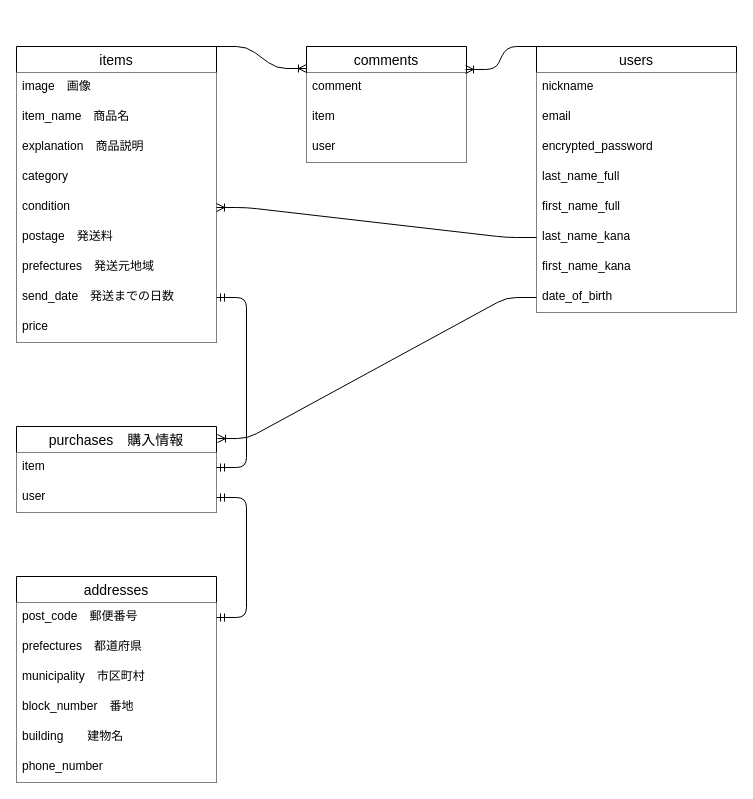
Before: furima.dio in taigaggg/furima-38351, a draw.io diagram. Source tidied: cells renumbered, new cells numbered last; positions are measured from the earlier drawing's top-left corner, leaving out a move shared by most shapes. Both pictures are drawn from the tidied source at 100%, with x=0, y=0 at pixel (16, 46).
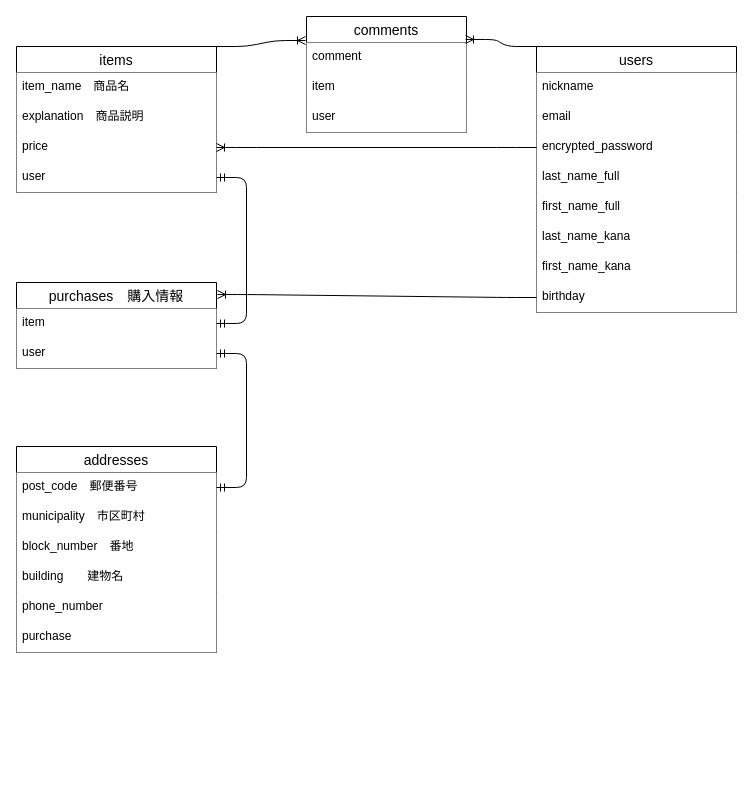
After the change.

Commit message (it also covers changes not shown here):
DB設計の修正2

Unchanged cells that the change refers to:
```xml
<mxCell id="2" value="users" style="swimlane;fontStyle=0;horizontal=1;startSize=26;align=center;fontSize=14;" parent="1" vertex="1">
  <mxGeometry x="520" width="200" height="266" as="geometry" />
</mxCell>
<mxCell id="5" value="encrypted_password" style="text;strokeColor=none;fillColor=default;spacingLeft=4;spacingRight=4;overflow=hidden;points=[[0,0.5],[1,0.5]];portConstraint=eastwest;fontSize=12;" parent="2" vertex="1">
  <mxGeometry y="86" width="200" height="30" as="geometry" />
</mxCell>
<mxCell id="8" value="last_name_kana" style="text;strokeColor=none;fillColor=default;spacingLeft=4;spacingRight=4;overflow=hidden;points=[[0,0.5],[1,0.5]];portConstraint=eastwest;fontSize=12;" parent="2" vertex="1">
  <mxGeometry y="176" width="200" height="30" as="geometry" />
</mxCell>
<mxCell id="22" value="item" style="text;strokeColor=none;fillColor=default;spacingLeft=4;spacingRight=4;overflow=hidden;points=[[0,0.5],[1,0.5]];portConstraint=eastwest;fontSize=12;" parent="21" vertex="1">
  <mxGeometry y="26" width="200" height="30" as="geometry" />
</mxCell>
<mxCell id="32" value="comment" style="text;strokeColor=none;fillColor=default;spacingLeft=4;spacingRight=4;overflow=hidden;points=[[0,0.5],[1,0.5]];portConstraint=eastwest;fontSize=12;" parent="31" vertex="1">
  <mxGeometry y="26" width="160" height="30" as="geometry" />
</mxCell>
```

Change to the diagram source:
```diff
@@
-    <mxCell id="10" value="date_of_birth" style="text;strokeColor=none;fillColor=default;spacingLeft=4;spacingRight=4;overflow=hidden;points=[[0,0.5],[1,0.5]];portConstraint=eastwest;fontSize=12;" parent="2" vertex="1">
+    <mxCell id="10" value="birthday" style="text;strokeColor=none;fillColor=default;spacingLeft=4;spacingRight=4;overflow=hidden;points=[[0,0.5],[1,0.5]];portConstraint=eastwest;fontSize=12;" parent="2" vertex="1">
       <mxGeometry y="236" width="200" height="30" as="geometry" />
     </mxCell>
     <mxCell id="11" value="items" style="swimlane;fontStyle=0;horizontal=1;startSize=26;align=center;fontSize=14;fillColor=default;" parent="1" vertex="1">
-      <mxGeometry width="200" height="296" as="geometry" />
+      <mxGeometry width="200" height="146" as="geometry" />
     </mxCell>
-    <mxCell id="12" value="image　画像" style="text;strokeColor=none;fillColor=default;spacingLeft=4;spacingRight=4;overflow=hidden;fontSize=12;" parent="11" vertex="1">
-      <mxGeometry y="26" width="200" height="30" as="geometry" />
-    </mxCell>
     <mxCell id="13" value="item_name　商品名" style="text;strokeColor=none;fillColor=default;spacingLeft=4;spacingRight=4;overflow=hidden;fontSize=12;" parent="11" vertex="1">
-      <mxGeometry y="56" width="200" height="30" as="geometry" />
+      <mxGeometry y="26" width="200" height="30" as="geometry" />
     </mxCell>
     <mxCell id="14" value="explanation　商品説明" style="text;strokeColor=none;fillColor=default;spacingLeft=4;spacingRight=4;overflow=hidden;fontSize=12;" parent="11" vertex="1">
-      <mxGeometry y="86" width="200" height="30" as="geometry" />
+      <mxGeometry y="56" width="200" height="30" as="geometry" />
     </mxCell>
-    <mxCell id="15" value="category" style="text;strokeColor=none;fillColor=default;spacingLeft=4;spacingRight=4;overflow=hidden;fontSize=12;" parent="11" vertex="1">
-      <mxGeometry y="116" width="200" height="30" as="geometry" />
-    </mxCell>
-    <mxCell id="16" value="condition" style="text;strokeColor=none;fillColor=default;spacingLeft=4;spacingRight=4;overflow=hidden;points=[[0,0.5],[1,0.5]];portConstraint=eastwest;fontSize=12;" parent="11" vertex="1">
-      <mxGeometry y="146" width="200" height="30" as="geometry" />
-    </mxCell>
-    <mxCell id="17" value="postage　発送料" style="text;strokeColor=none;fillColor=default;spacingLeft=4;spacingRight=4;overflow=hidden;fontSize=12;" parent="11" vertex="1">
-      <mxGeometry y="176" width="200" height="30" as="geometry" />
-    </mxCell>
-    <mxCell id="18" value="prefectures　発送元地域" style="text;strokeColor=none;fillColor=default;spacingLeft=4;spacingRight=4;overflow=hidden;fontSize=12;" parent="11" vertex="1">
-      <mxGeometry y="206" width="200" height="30" as="geometry" />
-    </mxCell>
-    <mxCell id="19" value="send_date　発送までの日数" style="text;strokeColor=none;fillColor=default;spacingLeft=4;spacingRight=4;overflow=hidden;points=[[0,0.5],[1,0.5]];portConstraint=eastwest;fontSize=12;" parent="11" vertex="1">
-      <mxGeometry y="236" width="200" height="30" as="geometry" />
-    </mxCell>
     <mxCell id="20" value="price" style="text;strokeColor=none;fillColor=default;spacingLeft=4;spacingRight=4;overflow=hidden;points=[[0,0.5],[1,0.5]];portConstraint=eastwest;fontSize=12;" parent="11" vertex="1">
-      <mxGeometry y="266" width="200" height="30" as="geometry" />
+      <mxGeometry y="86" width="200" height="30" as="geometry" />
     </mxCell>
+    <mxCell id="41" value="user" style="text;strokeColor=none;fillColor=default;spacingLeft=4;spacingRight=4;overflow=hidden;points=[[0,0.5],[1,0.5]];portConstraint=eastwest;fontSize=12;" parent="11" vertex="1">
+      <mxGeometry y="116" width="200" height="30" as="geometry" />
+    </mxCell>
     <mxCell id="21" value="purchases　購入情報" style="swimlane;fontStyle=0;horizontal=1;startSize=26;align=center;fontSize=14;" parent="1" vertex="1">
-      <mxGeometry y="380" width="200" height="86" as="geometry" />
+      <mxGeometry y="236" width="200" height="86" as="geometry" />
     </mxCell>
@@
     <mxCell id="24" value="addresses" style="swimlane;fontStyle=0;horizontal=1;startSize=26;align=center;fontSize=14;" parent="1" vertex="1">
-      <mxGeometry y="530" width="200" height="206" as="geometry" />
+      <mxGeometry y="400" width="200" height="206" as="geometry" />
     </mxCell>
@@
-    <mxCell id="26" value="prefectures　都道府県" style="text;strokeColor=none;fillColor=default;spacingLeft=4;spacingRight=4;overflow=hidden;fontSize=12;" parent="24" vertex="1">
-      <mxGeometry y="56" width="200" height="30" as="geometry" />
-    </mxCell>
     <mxCell id="27" value="municipality　市区町村" style="text;strokeColor=none;fillColor=default;spacingLeft=4;spacingRight=4;overflow=hidden;fontSize=12;" parent="24" vertex="1">
-      <mxGeometry y="86" width="200" height="30" as="geometry" />
+      <mxGeometry y="56" width="200" height="30" as="geometry" />
     </mxCell>
     <mxCell id="28" value="block_number　番地" style="text;strokeColor=none;fillColor=default;spacingLeft=4;spacingRight=4;overflow=hidden;fontSize=12;" parent="24" vertex="1">
-      <mxGeometry y="116" width="200" height="30" as="geometry" />
+      <mxGeometry y="86" width="200" height="30" as="geometry" />
     </mxCell>
     <mxCell id="29" value="building　　建物名" style="text;strokeColor=none;fillColor=default;spacingLeft=4;spacingRight=4;overflow=hidden;fontSize=12;" parent="24" vertex="1">
-      <mxGeometry y="146" width="200" height="30" as="geometry" />
+      <mxGeometry y="116" width="200" height="30" as="geometry" />
     </mxCell>
     <mxCell id="30" value="phone_number" style="text;strokeColor=none;fillColor=default;spacingLeft=4;spacingRight=4;overflow=hidden;fontSize=12;" parent="24" vertex="1">
-      <mxGeometry y="176" width="200" height="30" as="geometry" />
+      <mxGeometry y="146" width="200" height="30" as="geometry" />
     </mxCell>
+    <mxCell id="42" value="purchase" style="text;strokeColor=none;fillColor=default;spacingLeft=4;spacingRight=4;overflow=hidden;fontSize=12;" parent="24" vertex="1">
+      <mxGeometry y="176" width="200" height="30" as="geometry" />
+    </mxCell>
     <mxCell id="31" value="comments" style="swimlane;fontStyle=0;horizontal=1;startSize=26;align=center;fontSize=14;" parent="1" vertex="1">
-      <mxGeometry x="290" width="160" height="116" as="geometry" />
+      <mxGeometry x="290" y="-30" width="160" height="116" as="geometry" />
     </mxCell>
@@
-    <mxCell id="35" style="edgeStyle=entityRelationEdgeStyle;fontSize=12;html=1;endArrow=ERoneToMany;exitX=1;exitY=0;exitDx=0;exitDy=0;" parent="1" edge="1" source="11">
-      <mxGeometry relative="1" as="geometry">
-        <mxPoint x="290" y="22" as="targetPoint" />
-      </mxGeometry>
+    <mxCell id="35" style="edgeStyle=entityRelationEdgeStyle;fontSize=12;html=1;endArrow=ERoneToMany;exitX=1;exitY=0;exitDx=0;exitDy=0;entryX=-0.006;entryY=-0.067;entryDx=0;entryDy=0;entryPerimeter=0;" parent="1" edge="1" source="11" target="32">
+      <mxGeometry relative="1" as="geometry" />
     </mxCell>
@@
-    <mxCell id="38" style="edgeStyle=entityRelationEdgeStyle;fontSize=12;html=1;endArrow=ERoneToMany;entryX=1;entryY=0.5;entryDx=0;entryDy=0;exitX=0;exitY=0.5;exitDx=0;exitDy=0;" parent="1" edge="1" source="8" target="16">
+    <mxCell id="38" style="edgeStyle=entityRelationEdgeStyle;fontSize=12;html=1;endArrow=ERoneToMany;entryX=1;entryY=0.5;entryDx=0;entryDy=0;exitX=0;exitY=0.5;exitDx=0;exitDy=0;" parent="1" edge="1" source="5" target="20">
       <mxGeometry relative="1" as="geometry" />
     </mxCell>
-    <mxCell id="39" style="edgeStyle=entityRelationEdgeStyle;fontSize=12;html=1;endArrow=ERmandOne;startArrow=ERmandOne;entryX=1;entryY=0.5;entryDx=0;entryDy=0;exitX=1;exitY=0.5;exitDx=0;exitDy=0;" parent="1" edge="1" source="22" target="19">
+    <mxCell id="39" style="edgeStyle=entityRelationEdgeStyle;fontSize=12;html=1;endArrow=ERmandOne;startArrow=ERmandOne;entryX=1;entryY=0.5;entryDx=0;entryDy=0;exitX=1;exitY=0.5;exitDx=0;exitDy=0;" parent="1" edge="1" source="22" target="41">
       <mxGeometry relative="1" as="geometry" />
     </mxCell>
```
